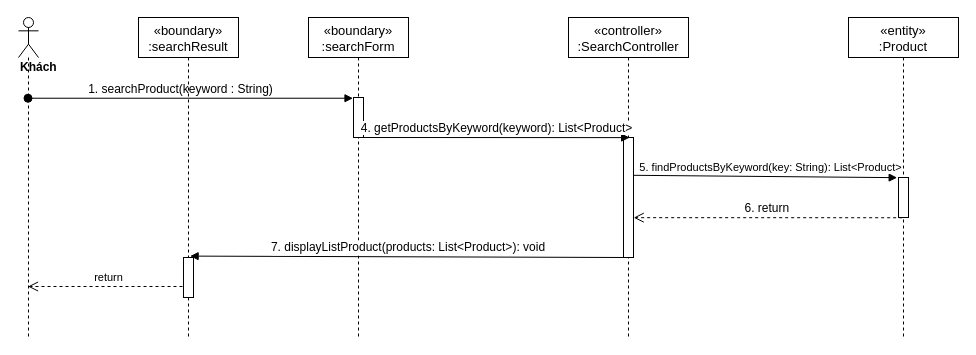
nguyenphamvan/datn_20202 keeps this draw.io diagram as sequence diagram/search-product-sequence.drawio. Above is the earlier version. Source tidied: cells renumbered, new cells numbered last; positions are measured from the earlier drawing's top-left corner, leaving out a move shared by most shapes. Both pictures are drawn from the tidied source at 100%, with x=0, y=0 at pixel (18, 17).
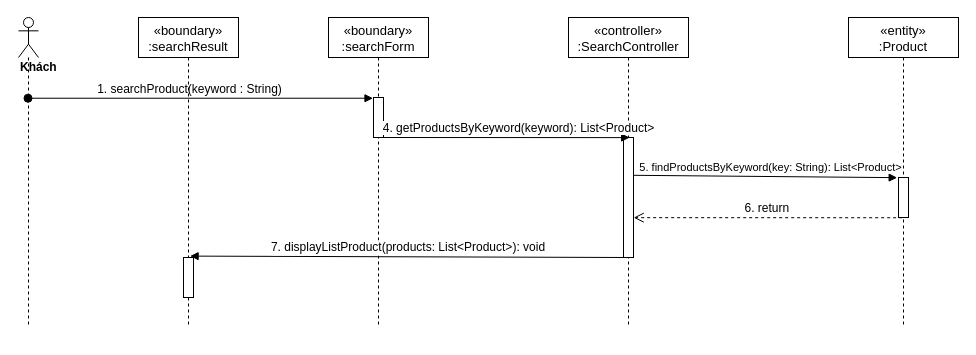
The same page after the edit.

Change to the diagram source:
```diff
@@
 <mxGraphModel>
   <root>
     <mxCell id="0" />
     <mxCell id="1" parent="0" />
     <mxCell id="2" value="«boundary»&#10;:searchForm" style="shape=umlLifeline;perimeter=lifelinePerimeter;rounded=0;shadow=0;strokeWidth=1;fontSize=13;" parent="1" vertex="1">
-      <mxGeometry x="290" width="100" height="320" as="geometry" />
+      <mxGeometry x="310" width="100" height="310" as="geometry" />
     </mxCell>
     <mxCell id="3" style="points=[];perimeter=orthogonalPerimeter;rounded=0;shadow=0;strokeWidth=1;" parent="2" vertex="1">
       <mxGeometry x="45" y="80" width="10" height="40" as="geometry" />
     </mxCell>
     <mxCell id="4" value="«controller»&#10;:SearchController" style="shape=umlLifeline;perimeter=lifelinePerimeter;rounded=0;shadow=0;strokeWidth=1;fontSize=13;" parent="1" vertex="1">
-      <mxGeometry x="550" width="120" height="320" as="geometry" />
+      <mxGeometry x="550" width="120" height="310" as="geometry" />
     </mxCell>
     <mxCell id="5" style="points=[];perimeter=orthogonalPerimeter;rounded=0;shadow=0;strokeWidth=1;" parent="4" vertex="1">
       <mxGeometry x="55" y="120" width="10" height="120" as="geometry" />
     </mxCell>
     <mxCell id="6" value="&lt;div&gt;&lt;b&gt;Khách&lt;/b&gt;&lt;/div&gt;" style="shape=umlLifeline;participant=umlActor;perimeter=lifelinePerimeter;whiteSpace=wrap;html=1;verticalAlign=top;spacingTop=36;outlineConnect=0;align=left;" parent="1" vertex="1">
-      <mxGeometry width="20" height="320" as="geometry" />
+      <mxGeometry width="20" height="310" as="geometry" />
     </mxCell>
     <mxCell id="7" value="1. searchProduct(keyword : String)" style="verticalAlign=bottom;startArrow=oval;endArrow=block;startSize=8;shadow=0;strokeWidth=1;entryX=-0.05;entryY=0.018;entryDx=0;entryDy=0;entryPerimeter=0;fontSize=12;" parent="1" edge="1" source="6" target="3">
       <mxGeometry x="-0.06" relative="1" as="geometry" />
     </mxCell>
     <mxCell id="8" value="&lt;font style=&quot;font-size: 12px&quot;&gt;4. getProductsByKeyword(keyword): List&amp;lt;Product&amp;gt;&lt;/font&gt;" style="html=1;verticalAlign=bottom;endArrow=block;entryX=0.617;entryY=0.001;entryDx=0;entryDy=0;entryPerimeter=0;" parent="1" edge="1" source="3" target="5">
-      <mxGeometry relative="1" as="geometry" />
+      <mxGeometry x="0.1" relative="1" as="geometry" />
     </mxCell>
     <mxCell id="9" value="«entity»&#10;:Product" style="shape=umlLifeline;perimeter=lifelinePerimeter;rounded=0;shadow=0;strokeWidth=1;fontSize=13;" parent="1" vertex="1">
-      <mxGeometry x="830" width="110" height="320" as="geometry" />
+      <mxGeometry x="830" width="110" height="310" as="geometry" />
     </mxCell>
     <mxCell id="10" style="points=[];perimeter=orthogonalPerimeter;rounded=0;shadow=0;strokeWidth=1;" parent="9" vertex="1">
       <mxGeometry x="50" y="160" width="10" height="40" as="geometry" />
     </mxCell>
     <mxCell id="11" value="5. findProductsByKeyword(key: String): List&amp;lt;Product&amp;gt;" style="html=1;verticalAlign=bottom;endArrow=block;entryX=-0.133;entryY=0.004;entryDx=0;entryDy=0;entryPerimeter=0;exitX=1.02;exitY=0.315;exitDx=0;exitDy=0;exitPerimeter=0;" parent="1" edge="1" source="5" target="10">
       <mxGeometry x="0.04" relative="1" as="geometry" />
     </mxCell>
     <mxCell id="12" value="&lt;font style=&quot;font-size: 12px&quot;&gt;6. return&amp;nbsp;&lt;/font&gt;" style="html=1;verticalAlign=bottom;endArrow=open;dashed=1;endSize=8;exitX=0.367;exitY=1.006;exitDx=0;exitDy=0;exitPerimeter=0;entryX=1.02;entryY=0.668;entryDx=0;entryDy=0;entryPerimeter=0;" parent="1" edge="1" source="10" target="5">
       <mxGeometry relative="1" as="geometry" />
     </mxCell>
     <mxCell id="13" value="7. displayListProduct(products: List&lt;Product&gt;): void" style="verticalAlign=bottom;endArrow=block;shadow=0;strokeWidth=1;exitX=0.3;exitY=1;exitDx=0;exitDy=0;exitPerimeter=0;entryX=0.66;entryY=-0.035;entryDx=0;entryDy=0;entryPerimeter=0;fontSize=12;" parent="1" edge="1" source="5" target="16">
       <mxGeometry relative="1" as="geometry" />
     </mxCell>
     <mxCell id="14" value="«boundary»&#10;:searchResult" style="shape=umlLifeline;perimeter=lifelinePerimeter;rounded=0;shadow=0;strokeWidth=1;fontSize=13;" parent="1" vertex="1">
-      <mxGeometry x="120" width="100" height="320" as="geometry" />
+      <mxGeometry x="120" width="100" height="310" as="geometry" />
     </mxCell>
-    <mxCell id="15" value="return" style="html=1;verticalAlign=bottom;endArrow=open;dashed=1;endSize=8;exitX=0.5;exitY=0.725;exitDx=0;exitDy=0;exitPerimeter=0;" parent="1" edge="1" source="16" target="6">
-      <mxGeometry relative="1" as="geometry" />
-    </mxCell>
     <mxCell id="16" style="html=1;points=[];perimeter=orthogonalPerimeter;" parent="1" vertex="1">
       <mxGeometry x="165" y="240" width="10" height="40" as="geometry" />
     </mxCell>
   </root>
 </mxGraphModel>
```
